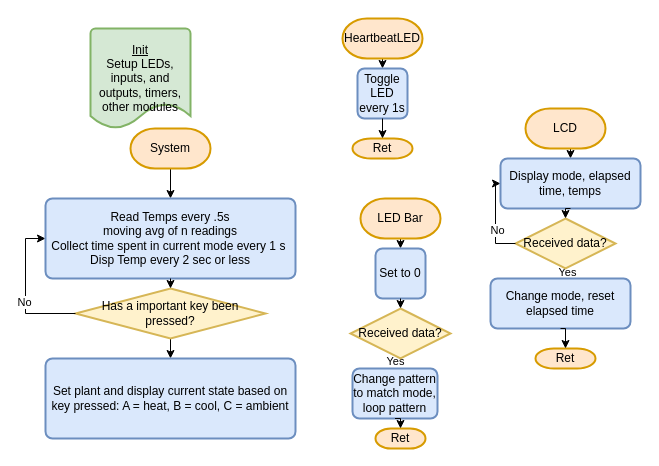
Earlier version of the draw.io diagram page "Flowchart" (1 of 3) of docs/planning/Project6Charts.drawio (msu-eele-465/project6-erik-ruby). Source tidied: cells renumbered, new cells numbered last; positions are measured from the earlier drawing's top-left corner, leaving out a move shared by most shapes. Both pictures are drawn from the tidied source at 100%, with x=0, y=0 at pixel (45, 18).
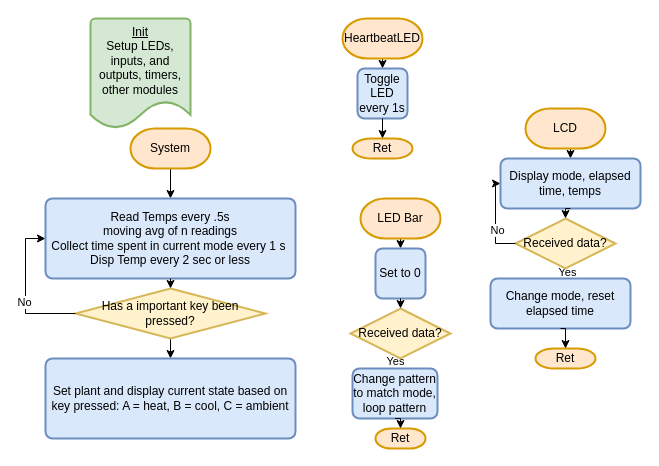
The same page after the edit.

What changed in the source:
```diff
@@
-    <mxCell id="2" value="&lt;u&gt;Init&lt;/u&gt;&lt;div&gt;Setup LEDs, inputs, and outputs, timers, other modules&lt;/div&gt;" style="strokeWidth=2;html=1;shape=mxgraph.flowchart.document2;whiteSpace=wrap;size=0.25;fillColor=#d5e8d4;strokeColor=#82b366;" parent="1" vertex="1">
-      <mxGeometry x="45" y="10" width="100" height="100" as="geometry" />
+    <mxCell id="2" value="&lt;u&gt;Init&lt;/u&gt;&lt;div&gt;Setup LEDs, inputs, and outputs, timers, other modules&lt;/div&gt;" style="strokeWidth=2;html=1;shape=mxgraph.flowchart.document2;whiteSpace=wrap;size=0.25;fillColor=#d5e8d4;strokeColor=#82b366;verticalAlign=top;" parent="1" vertex="1">
+      <mxGeometry x="45" width="100" height="110" as="geometry" />
     </mxCell>
```
